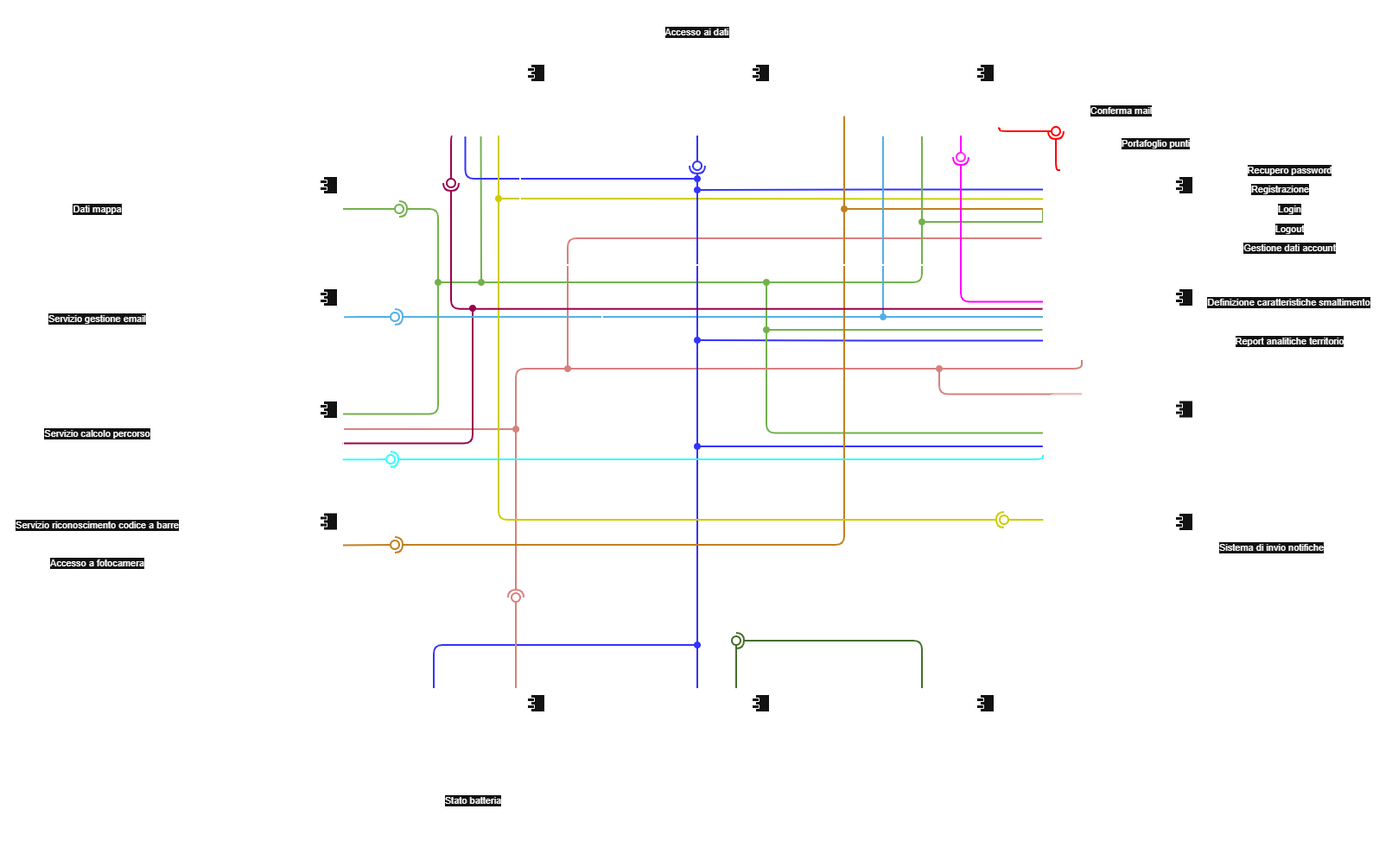
This is Docs/pictures/diagramma_componenti.png from RiccardoCortese/RiciclApp, a draw.io export, as it was before one commit. Source tidied: cells renumbered, new cells last; positions are measured from the earlier drawing's top-left corner, leaving out a move shared by most shapes.
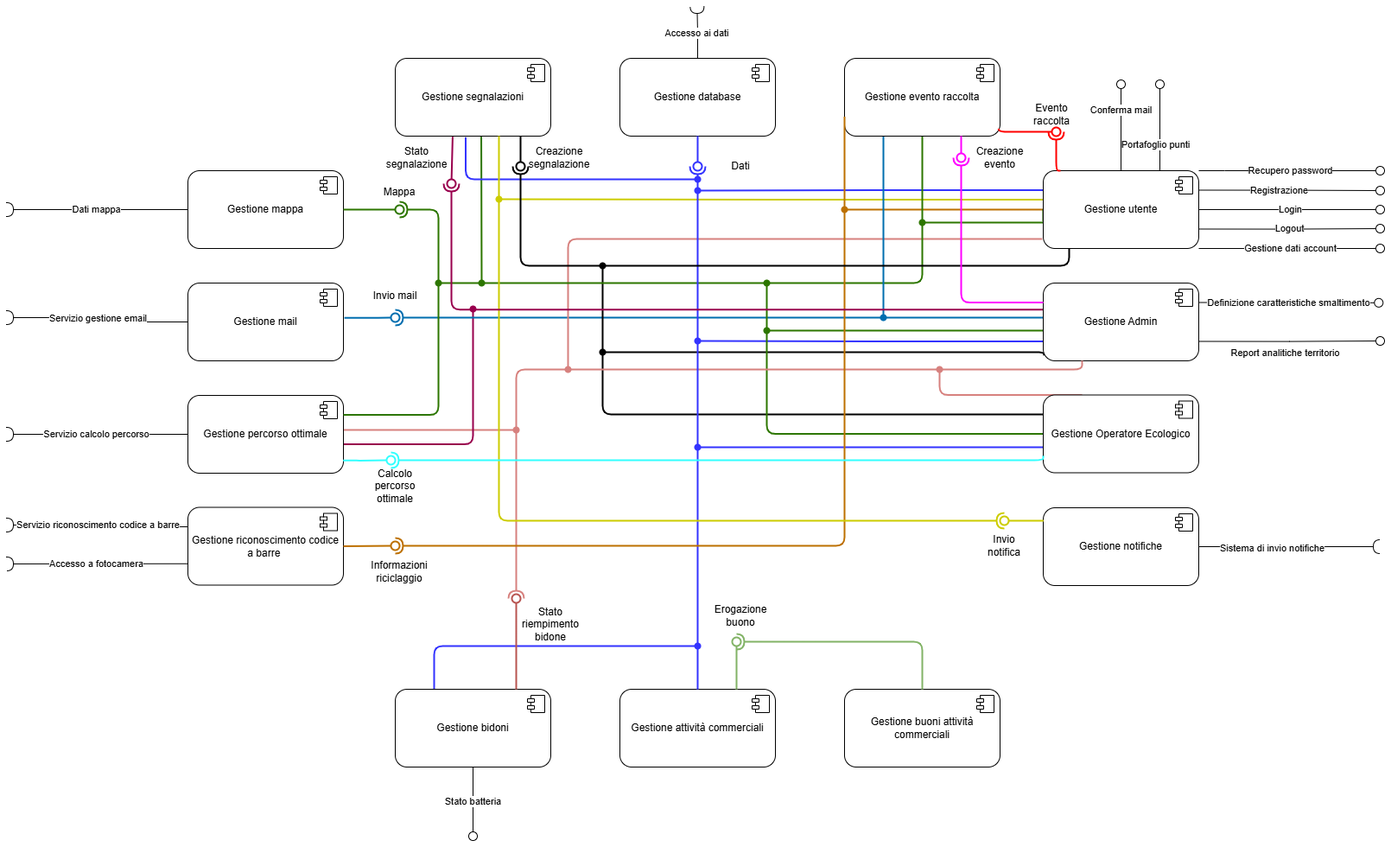
The same diagram one commit later.

Commit message:
modifica diagramma delle classi e aggiunto a file

Diff of the diagram source:
```diff
@@ -10,7 +10,7 @@
         <mxPoint x="-27" y="7" as="offset" />
       </mxGeometry>
     </mxCell>
-    <mxCell id="4" value="Servizio gestione&amp;nbsp;&lt;span style=&quot;background-color: light-dark(#ffffff, var(--ge-dark-color, #121212)); color: light-dark(rgb(0, 0, 0), rgb(255, 255, 255));&quot;&gt;email&lt;/span&gt;" style="edgeStyle=orthogonalEdgeStyle;rounded=1;jettySize=auto;html=1;exitX=0;exitY=0.5;exitDx=0;exitDy=0;endArrow=halfCircle;endFill=0;endSize=6;" parent="1" edge="1" source="6">
+    <mxCell id="4" value="Servizio gestione&amp;nbsp;&lt;span style=&quot;&quot;&gt;email&lt;/span&gt;" style="edgeStyle=orthogonalEdgeStyle;rounded=1;jettySize=auto;html=1;exitX=0;exitY=0.5;exitDx=0;exitDy=0;endArrow=halfCircle;endFill=0;endSize=6;labelBackgroundColor=light-dark(#FFFFFF,#FFFFFF);fontColor=light-dark(#000000,transparent);" parent="1" edge="1" source="6">
       <mxGeometry relative="1" as="geometry">
         <mxPoint y="360" as="targetPoint" />
       </mxGeometry>
@@ -28,7 +28,7 @@
         <mxPoint x="-27" y="7" as="offset" />
       </mxGeometry>
     </mxCell>
-    <mxCell id="8" value="Servizio calcolo percorso" style="edgeStyle=orthogonalEdgeStyle;rounded=1;jettySize=auto;html=1;exitX=0;exitY=0.5;exitDx=0;exitDy=0;endSize=6;endArrow=halfCircle;endFill=0;" parent="1" edge="1" source="11">
+    <mxCell id="8" value="Servizio calcolo percorso" style="edgeStyle=orthogonalEdgeStyle;rounded=1;jettySize=auto;html=1;exitX=0;exitY=0.5;exitDx=0;exitDy=0;endSize=6;endArrow=halfCircle;endFill=0;labelBackgroundColor=light-dark(#FFFFFF,#FFFFFF);fontColor=light-dark(#000000,transparent);" parent="1" edge="1" source="11">
       <mxGeometry relative="1" as="geometry">
         <mxPoint y="495" as="targetPoint" />
       </mxGeometry>
@@ -54,12 +54,12 @@
         <mxPoint x="-27" y="7" as="offset" />
       </mxGeometry>
     </mxCell>
-    <mxCell id="13" value="&lt;span style=&quot;background-color: light-dark(#ffffff, var(--ge-dark-color, #121212)); color: light-dark(rgb(0, 0, 0), rgb(255, 255, 255));&quot;&gt;Stato batteria&lt;/span&gt;" style="edgeStyle=orthogonalEdgeStyle;rounded=1;jettySize=auto;html=1;exitX=0.5;exitY=1;exitDx=0;exitDy=0;endArrow=oval;endFill=0;strokeWidth=1;endSize=10;" parent="1" edge="1" source="15">
+    <mxCell id="13" value="&lt;span style=&quot;&quot;&gt;Stato batteria&lt;/span&gt;" style="edgeStyle=orthogonalEdgeStyle;rounded=1;jettySize=auto;html=1;exitX=0.5;exitY=1;exitDx=0;exitDy=0;endArrow=oval;endFill=0;strokeWidth=1;endSize=10;labelBackgroundColor=light-dark(#FFFFFF,#FFFFFF);fontColor=light-dark(#000000,transparent);" parent="1" edge="1" source="15">
       <mxGeometry relative="1" as="geometry">
         <mxPoint x="540" y="960" as="targetPoint" />
       </mxGeometry>
     </mxCell>
-    <mxCell id="14" style="edgeStyle=orthogonalEdgeStyle;rounded=1;jettySize=auto;html=1;exitX=0.25;exitY=0;exitDx=0;exitDy=0;strokeColor=light-dark(#000000,#3333FF);strokeWidth=2;endArrow=oval;endFill=1;curved=0;" parent="1" edge="1" source="15">
+    <mxCell id="14" style="edgeStyle=orthogonalEdgeStyle;rounded=1;jettySize=auto;html=1;exitX=0.25;exitY=0;exitDx=0;exitDy=0;strokeColor=light-dark(#3333FF,#3333FF);strokeWidth=2;endArrow=oval;endFill=1;curved=0;" parent="1" edge="1" source="15">
       <mxGeometry relative="1" as="geometry">
         <mxPoint x="800" y="740" as="targetPoint" />
         <Array as="points">
@@ -75,12 +75,12 @@
         <mxPoint x="-27" y="7" as="offset" />
       </mxGeometry>
     </mxCell>
-    <mxCell id="17" value="Servizio riconoscimento codice a barre" style="edgeStyle=orthogonalEdgeStyle;rounded=1;jettySize=auto;html=1;endSize=6;endArrow=halfCircle;endFill=0;exitX=0;exitY=0.25;exitDx=0;exitDy=0;" parent="1" edge="1" source="19">
+    <mxCell id="17" value="Servizio riconoscimento codice a barre" style="edgeStyle=orthogonalEdgeStyle;rounded=1;jettySize=auto;html=1;endSize=6;endArrow=halfCircle;endFill=0;exitX=0;exitY=0.25;exitDx=0;exitDy=0;labelBackgroundColor=light-dark(#FFFFFF,#FFFFFF);fontColor=light-dark(#000000,transparent);" parent="1" edge="1" source="19">
       <mxGeometry relative="1" as="geometry">
         <mxPoint y="600" as="targetPoint" />
       </mxGeometry>
     </mxCell>
-    <mxCell id="18" value="Accesso a fotocamera" style="edgeStyle=orthogonalEdgeStyle;rounded=0;orthogonalLoop=1;jettySize=auto;html=1;exitX=0;exitY=0.75;exitDx=0;exitDy=0;endArrow=halfCircle;endFill=0;" parent="1" edge="1">
+    <mxCell id="18" value="Accesso a fotocamera" style="edgeStyle=orthogonalEdgeStyle;rounded=0;orthogonalLoop=1;jettySize=auto;html=1;exitX=0;exitY=0.75;exitDx=0;exitDy=0;endArrow=halfCircle;endFill=0;labelBackgroundColor=light-dark(#FFFFFF,#FFFFFF);fontColor=light-dark(#000000,transparent);" parent="1" edge="1">
       <mxGeometry relative="1" as="geometry">
         <mxPoint x="210" y="644.8" as="sourcePoint" />
         <mxPoint y="645" as="targetPoint" />
@@ -122,7 +122,7 @@
         </Array>
       </mxGeometry>
     </mxCell>
-    <mxCell id="25" value="Gestione segnalazioni" style="html=1;whiteSpace=wrap;rounded=1;fillColor=none;" parent="1" vertex="1">
+    <mxCell id="25" value="Gestione segnalazioni" style="html=1;whiteSpace=wrap;rounded=1;fillColor=default;" parent="1" vertex="1">
       <mxGeometry x="450" y="60" width="180" height="90" as="geometry" />
     </mxCell>
     <mxCell id="26" style="shape=module;jettyWidth=8;jettyHeight=4;rounded=1;" parent="25" vertex="1">
@@ -130,7 +130,7 @@
         <mxPoint x="-27" y="7" as="offset" />
       </mxGeometry>
     </mxCell>
-    <mxCell id="27" value="Accesso ai dati" style="edgeStyle=orthogonalEdgeStyle;rounded=0;jettySize=auto;html=1;exitX=0.5;exitY=0;exitDx=0;exitDy=0;endArrow=halfCircle;endFill=0;strokeWidth=1;" parent="1" edge="1" source="28">
+    <mxCell id="27" value="Accesso ai dati" style="edgeStyle=orthogonalEdgeStyle;rounded=0;jettySize=auto;html=1;exitX=0.5;exitY=0;exitDx=0;exitDy=0;endArrow=halfCircle;endFill=0;strokeWidth=1;labelBackgroundColor=light-dark(#FFFFFF,#FFFFFF);fontColor=light-dark(#000000,transparent);" parent="1" edge="1" source="28">
       <mxGeometry relative="1" as="geometry">
         <mxPoint x="799.3" as="targetPoint" />
       </mxGeometry>
@@ -198,15 +198,15 @@
         <mxPoint x="1590" y="213" as="targetPoint" />
       </mxGeometry>
     </mxCell>
-    <mxCell id="39" value="Registrazione" style="edgeLabel;html=1;align=center;verticalAlign=middle;" parent="38" vertex="1">
+    <mxCell id="39" value="Registrazione" style="edgeLabel;html=1;align=center;verticalAlign=middle;labelBackgroundColor=light-dark(#FFFFFF,#FFFFFF);fontColor=light-dark(#000000,transparent);" parent="38" vertex="1">
       <mxGeometry x="-0.12" y="1" relative="1" as="geometry" />
     </mxCell>
-    <mxCell id="40" value="Login" style="edgeStyle=orthogonalEdgeStyle;rounded=0;jettySize=auto;html=1;exitX=1;exitY=0.5;exitDx=0;exitDy=0;endArrow=oval;endFill=0;endSize=10;" parent="1" edge="1" source="45">
+    <mxCell id="40" value="Login" style="edgeStyle=orthogonalEdgeStyle;rounded=0;jettySize=auto;html=1;exitX=1;exitY=0.5;exitDx=0;exitDy=0;endArrow=oval;endFill=0;endSize=10;labelBackgroundColor=light-dark(#FFFFFF,#FFFFFF);fontColor=light-dark(#000000,transparent);" parent="1" edge="1" source="45">
       <mxGeometry relative="1" as="geometry">
         <mxPoint x="1590" y="235" as="targetPoint" />
       </mxGeometry>
     </mxCell>
-    <mxCell id="41" value="Gestione dati account" style="edgeStyle=orthogonalEdgeStyle;rounded=0;jettySize=auto;html=1;exitX=1;exitY=1;exitDx=0;exitDy=0;endSize=10;endArrow=oval;endFill=0;" parent="1" edge="1" source="45">
+    <mxCell id="41" value="Gestione dati account" style="edgeStyle=orthogonalEdgeStyle;rounded=0;jettySize=auto;html=1;exitX=1;exitY=1;exitDx=0;exitDy=0;endSize=10;endArrow=oval;endFill=0;labelBackgroundColor=light-dark(#FFFFFF,#FFFFFF);fontColor=light-dark(#000000,transparent);" parent="1" edge="1" source="45">
       <mxGeometry relative="1" as="geometry">
         <mxPoint x="1590" y="280" as="targetPoint" />
         <Array as="points">
@@ -214,7 +214,7 @@
         </Array>
       </mxGeometry>
     </mxCell>
-    <mxCell id="42" value="Recupero password" style="edgeStyle=orthogonalEdgeStyle;rounded=0;jettySize=auto;html=1;exitX=1;exitY=0;exitDx=0;exitDy=0;endSize=10;endArrow=oval;endFill=0;" parent="1" edge="1" source="45">
+    <mxCell id="42" value="Recupero password" style="edgeStyle=orthogonalEdgeStyle;rounded=0;jettySize=auto;html=1;exitX=1;exitY=0;exitDx=0;exitDy=0;endSize=10;endArrow=oval;endFill=0;labelBackgroundColor=light-dark(#FFFFFF,#FFFFFF);fontColor=light-dark(#000000,transparent);" parent="1" edge="1" source="45">
       <mxGeometry relative="1" as="geometry">
         <mxPoint x="1590" y="190" as="targetPoint" />
         <Array as="points">
@@ -223,12 +223,12 @@
         </Array>
       </mxGeometry>
     </mxCell>
-    <mxCell id="43" value="Portafoglio&amp;nbsp;&lt;span style=&quot;background-color: light-dark(#ffffff, var(--ge-dark-color, #121212)); color: light-dark(rgb(0, 0, 0), rgb(255, 255, 255));&quot;&gt;punti&lt;/span&gt;" style="edgeStyle=orthogonalEdgeStyle;rounded=0;jettySize=auto;html=1;exitX=0.75;exitY=0;exitDx=0;exitDy=0;endSize=10;endArrow=oval;endFill=0;" parent="1" edge="1" source="45">
+    <mxCell id="43" value="Portafoglio&amp;nbsp;&lt;span style=&quot;&quot;&gt;punti&lt;/span&gt;" style="edgeStyle=orthogonalEdgeStyle;rounded=0;jettySize=auto;html=1;exitX=0.75;exitY=0;exitDx=0;exitDy=0;endSize=10;endArrow=oval;endFill=0;labelBackgroundColor=light-dark(#FFFFFF,#FFFFFF);fontColor=light-dark(#000000,transparent);" parent="1" edge="1" source="45">
       <mxGeometry x="-0.4" y="5" relative="1" as="geometry">
         <mxPoint x="1335" y="90" as="targetPoint" />
       </mxGeometry>
     </mxCell>
-    <mxCell id="44" value="Conferma mail" style="edgeStyle=orthogonalEdgeStyle;rounded=0;jettySize=auto;html=1;exitX=0.5;exitY=0;exitDx=0;exitDy=0;endSize=10;endArrow=oval;endFill=0;" parent="1" edge="1" source="45">
+    <mxCell id="44" value="Conferma mail" style="edgeStyle=orthogonalEdgeStyle;rounded=0;jettySize=auto;html=1;exitX=0.5;exitY=0;exitDx=0;exitDy=0;endSize=10;endArrow=oval;endFill=0;labelBackgroundColor=light-dark(#FFFFFF,#FFFFFF);fontColor=light-dark(#000000,transparent);" parent="1" edge="1" source="45">
       <mxGeometry x="0.4" relative="1" as="geometry">
         <mxPoint x="1290" y="90" as="targetPoint" />
       </mxGeometry>
@@ -260,14 +260,15 @@
         <mxPoint x="880" y="375" as="targetPoint" />
       </mxGeometry>
     </mxCell>
-    <mxCell id="50" value="Definizione caratteristiche&amp;nbsp;&lt;span style=&quot;background-color: light-dark(#ffffff, var(--ge-dark-color, #121212)); color: light-dark(rgb(0, 0, 0), rgb(255, 255, 255));&quot;&gt;smaltimento&lt;/span&gt;" style="edgeStyle=orthogonalEdgeStyle;rounded=0;jettySize=auto;html=1;exitX=1;exitY=0.25;exitDx=0;exitDy=0;endArrow=oval;endFill=0;endSize=10;entryX=-0.017;entryY=0.094;entryDx=0;entryDy=0;entryPerimeter=0;" parent="1" edge="1" source="52">
+    <mxCell id="50" value="Definizione caratteristiche&amp;nbsp;&lt;span style=&quot;&quot;&gt;smaltimento&lt;/span&gt;" style="edgeStyle=orthogonalEdgeStyle;rounded=0;jettySize=auto;html=1;exitX=1;exitY=0.25;exitDx=0;exitDy=0;endArrow=oval;endFill=0;endSize=10;entryX=-0.017;entryY=0.094;entryDx=0;entryDy=0;entryPerimeter=0;labelBackgroundColor=light-dark(#FFFFFF,#FFFFFF);fontColor=light-dark(#000000,transparent);" parent="1" edge="1" source="52">
       <mxGeometry relative="1" as="geometry">
         <mxPoint x="1588.3" y="342.8" as="targetPoint" />
       </mxGeometry>
     </mxCell>
-    <mxCell id="51" value="Report analitiche&amp;nbsp;&lt;span style=&quot;background-color: light-dark(#ffffff, var(--ge-dark-color, #121212)); color: light-dark(rgb(0, 0, 0), rgb(255, 255, 255));&quot;&gt;territorio&lt;/span&gt;" style="edgeStyle=orthogonalEdgeStyle;rounded=0;jettySize=auto;html=1;exitX=1;exitY=0.75;exitDx=0;exitDy=0;endSize=10;endArrow=oval;endFill=0;" parent="1" edge="1" source="52">
-      <mxGeometry relative="1" as="geometry">
+    <mxCell id="51" value="Report analitiche&amp;nbsp;&lt;span style=&quot;&quot;&gt;territorio&lt;/span&gt;" style="edgeStyle=orthogonalEdgeStyle;rounded=0;jettySize=auto;html=1;exitX=1;exitY=0.75;exitDx=0;exitDy=0;endSize=10;endArrow=oval;endFill=0;labelBackgroundColor=light-dark(#FFFFFF,#FFFFFF);fontColor=light-dark(#000000,transparent);" parent="1" edge="1" source="52">
+      <mxGeometry x="-0.05" y="-12" relative="1" as="geometry">
         <mxPoint x="1590" y="387" as="targetPoint" />
+        <mxPoint y="1" as="offset" />
       </mxGeometry>
     </mxCell>
     <mxCell id="52" value="Gestione Admin" style="html=1;whiteSpace=wrap;rounded=1;fillColor=light-dark(#FFFFFF,transparent);" parent="1" vertex="1">
@@ -309,7 +310,7 @@
         <mxPoint x="-27" y="7" as="offset" />
       </mxGeometry>
     </mxCell>
-    <mxCell id="60" value="Dati mappa" style="rounded=1;jettySize=auto;html=1;endArrow=halfCircle;endFill=0;sketch=0;sourcePerimeterSpacing=0;targetPerimeterSpacing=0;endSize=6;exitX=0;exitY=0.5;exitDx=0;exitDy=0;" parent="1" edge="1" source="2">
+    <mxCell id="60" value="Dati mappa" style="rounded=1;jettySize=auto;html=1;endArrow=halfCircle;endFill=0;sketch=0;sourcePerimeterSpacing=0;targetPerimeterSpacing=0;endSize=6;exitX=0;exitY=0.5;exitDx=0;exitDy=0;labelBackgroundColor=light-dark(#FFFFFF,#FFFFFF);fontColor=light-dark(#000000,transparent);" parent="1" edge="1" source="2">
       <mxGeometry relative="1" as="geometry">
         <mxPoint y="235" as="targetPoint" />
       </mxGeometry>
@@ -399,7 +400,7 @@
         <mxPoint x="1590" y="625" as="targetPoint" />
       </mxGeometry>
     </mxCell>
-    <mxCell id="82" value="Sistema di invio&amp;nbsp;&lt;span style=&quot;background-color: light-dark(#ffffff, var(--ge-dark-color, #121212)); color: light-dark(rgb(0, 0, 0), rgb(255, 255, 255));&quot;&gt;notifiche&lt;/span&gt;" style="edgeLabel;html=1;align=center;verticalAlign=middle;" parent="81" vertex="1">
+    <mxCell id="82" value="Sistema di invio&amp;nbsp;&lt;span style=&quot;&quot;&gt;notifiche&lt;/span&gt;" style="edgeLabel;html=1;align=center;verticalAlign=middle;labelBackgroundColor=light-dark(#FFFFFF,#FFFFFF);fontColor=light-dark(#000000,transparent);" parent="81" vertex="1">
       <mxGeometry x="-0.21" y="-1" relative="1" as="geometry" />
     </mxCell>
     <mxCell id="83" value="Gestione notifiche" style="html=1;whiteSpace=wrap;rounded=1;fillColor=light-dark(#FFFFFF,transparent);" parent="1" vertex="1">
@@ -506,7 +507,7 @@
         </Array>
       </mxGeometry>
     </mxCell>
-    <mxCell id="105" style="rounded=0;jettySize=auto;html=1;endArrow=oval;endFill=0;sketch=0;sourcePerimeterSpacing=0;targetPerimeterSpacing=0;endSize=10;exitX=0.002;exitY=0.166;exitDx=0;exitDy=0;strokeColor=light-dark(#000000,#CCCC00);strokeWidth=2;edgeStyle=orthogonalEdgeStyle;exitPerimeter=0;" parent="1" edge="1" source="83" target="106">
+    <mxCell id="105" style="rounded=0;jettySize=auto;html=1;endArrow=oval;endFill=0;sketch=0;sourcePerimeterSpacing=0;targetPerimeterSpacing=0;endSize=10;exitX=0.002;exitY=0.166;exitDx=0;exitDy=0;strokeColor=light-dark(#CCCC00,#CCCC00);strokeWidth=2;edgeStyle=orthogonalEdgeStyle;exitPerimeter=0;" parent="1" edge="1" source="83" target="106">
       <mxGeometry relative="1" as="geometry" />
     </mxCell>
     <mxCell id="106" style="ellipse;whiteSpace=wrap;html=1;align=center;fillColor=none;strokeColor=none;perimeter=centerPerimeter;points=[];outlineConnect=1;" parent="1" vertex="1">
@@ -515,7 +516,7 @@
     <mxCell id="107" value="I&lt;span style=&quot;background-color: transparent; color: light-dark(rgb(0, 0, 0), rgb(255, 255, 255));&quot;&gt;nvio notifica&lt;/span&gt;" style="text;html=1;whiteSpace=wrap;strokeColor=none;fillColor=none;align=center;verticalAlign=middle;rounded=0;" parent="1" vertex="1">
       <mxGeometry x="1125" y="609" width="60" height="30" as="geometry" />
     </mxCell>
-    <mxCell id="108" value="Logout" style="edgeStyle=orthogonalEdgeStyle;rounded=0;jettySize=auto;html=1;exitX=1;exitY=0.75;exitDx=0;exitDy=0;endArrow=oval;endFill=0;endSize=10;" parent="1" edge="1" source="45">
+    <mxCell id="108" value="Logout" style="edgeStyle=orthogonalEdgeStyle;rounded=0;jettySize=auto;html=1;exitX=1;exitY=0.75;exitDx=0;exitDy=0;endArrow=oval;endFill=0;endSize=10;labelBackgroundColor=light-dark(#FFFFFF,#FFFFFF);fontColor=light-dark(#000000,transparent);" parent="1" edge="1" source="45">
       <mxGeometry relative="1" as="geometry">
         <mxPoint x="1590" y="257" as="targetPoint" />
       </mxGeometry>
```
